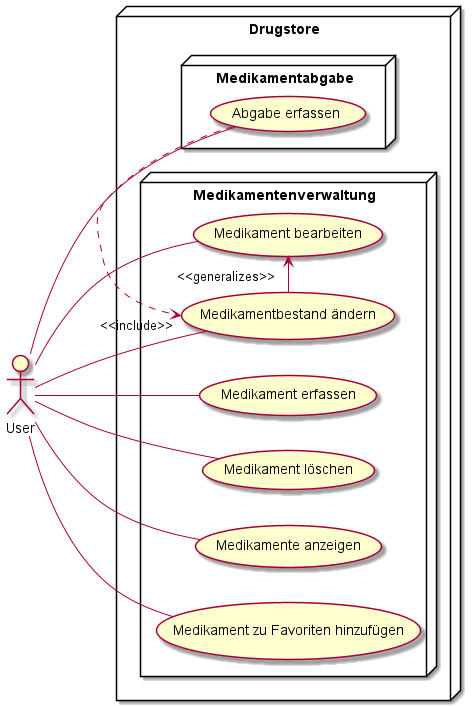
Earlier version of the PlantUML export out/docs/use-cases/20_drug-management/usecase-overview.png (lucahost/drugstore). Source of this version:
```plantuml
@startuml usecase-overview
left to right direction
node Drugstore {

    node Medikamentenverwaltung {
        usecase "Medikament erfassen" as UC21
        usecase "Medikament bearbeiten" as UC22
        usecase "Medikament löschen" as UC23
        usecase "Medikamente anzeigen" as UC24
        usecase "Medikamentbestand ändern" as UC25
        usecase "Medikament zu Favoriten hinzufügen" as UC26
    }

    node Medikamentabgabe {
        usecase "Abgabe erfassen" as UC31
    }
}

:User: -- UC21
:User: -- UC22
:User: -- UC23
:User: -- UC24
:User: -- UC25
:User: -- UC26

:User: --- UC31


UC22 <- "<<generalizes>>" UC25

UC31 .> "<<include>>" UC25


@enduml
```
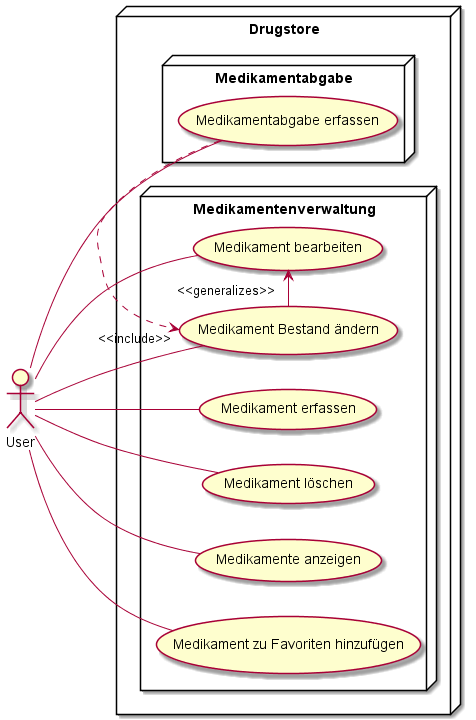
The same file after the commit.

Commit message:
Rework Interface, UseCase and Data-Model Diagrams

Change to the diagram source:
```diff
@@ -7,12 +7,12 @@
         usecase "Medikament bearbeiten" as UC22
         usecase "Medikament löschen" as UC23
         usecase "Medikamente anzeigen" as UC24
-        usecase "Medikamentbestand ändern" as UC25
+        usecase "Medikament Bestand ändern" as UC25
         usecase "Medikament zu Favoriten hinzufügen" as UC26
     }
 
     node Medikamentabgabe {
-        usecase "Abgabe erfassen" as UC31
+        usecase "Medikamentabgabe erfassen" as UC31
     }
 }
 
```
